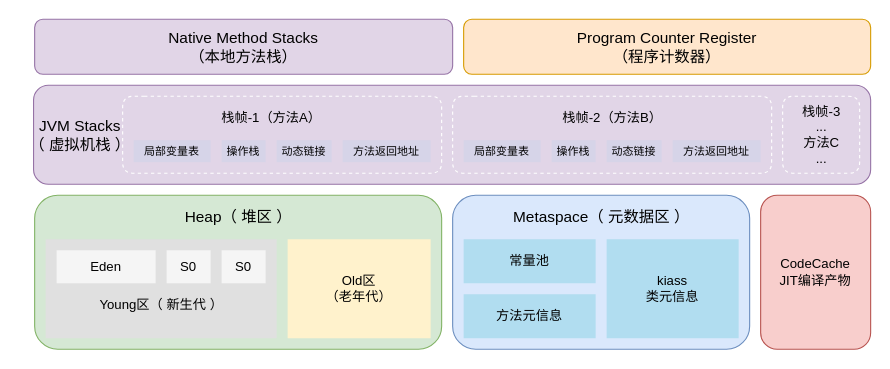
Before: 经典的JVM内存模型.drawio in Maokai0824/learn2Java, a draw.io diagram. Source tidied: cells renumbered, new cells numbered last; positions are measured from the earlier drawing's top-left corner, leaving out a move shared by most shapes. Both pictures are drawn from the tidied source at 110%, with x=0, y=0 at pixel (19, 19).
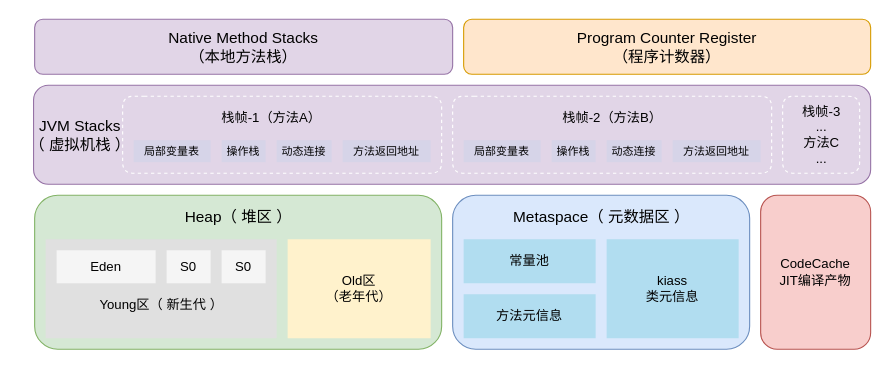
The same diagram, later.

Commit message:
Update 经典的JVM内存模型.drawio

Change to the diagram source:
```diff
@@
-    <mxCell id="8" value="&lt;font style=&quot;font-size: 10px&quot;&gt;动态链接&lt;/font&gt;" style="rounded=0;whiteSpace=wrap;html=1;fillColor=#D6D4E8;strokeColor=none;" parent="1" vertex="1">
+    <mxCell id="8" value="&lt;font style=&quot;font-size: 10px&quot;&gt;动态连接&lt;/font&gt;" style="rounded=0;whiteSpace=wrap;html=1;fillColor=#D6D4E8;strokeColor=none;" parent="1" vertex="1">
       <mxGeometry x="234" y="110" width="50" height="20" as="geometry" />
     </mxCell>
@@
-    <mxCell id="12" value="&lt;font style=&quot;font-size: 10px&quot;&gt;动态链接&lt;/font&gt;" style="rounded=0;whiteSpace=wrap;html=1;fillColor=#D6D4E8;strokeColor=none;" parent="1" vertex="1">
+    <mxCell id="12" value="&lt;font style=&quot;font-size: 10px&quot;&gt;动态连接&lt;/font&gt;" style="rounded=0;whiteSpace=wrap;html=1;fillColor=#D6D4E8;strokeColor=none;" parent="1" vertex="1">
       <mxGeometry x="534" y="110" width="50" height="20" as="geometry" />
     </mxCell>
```
